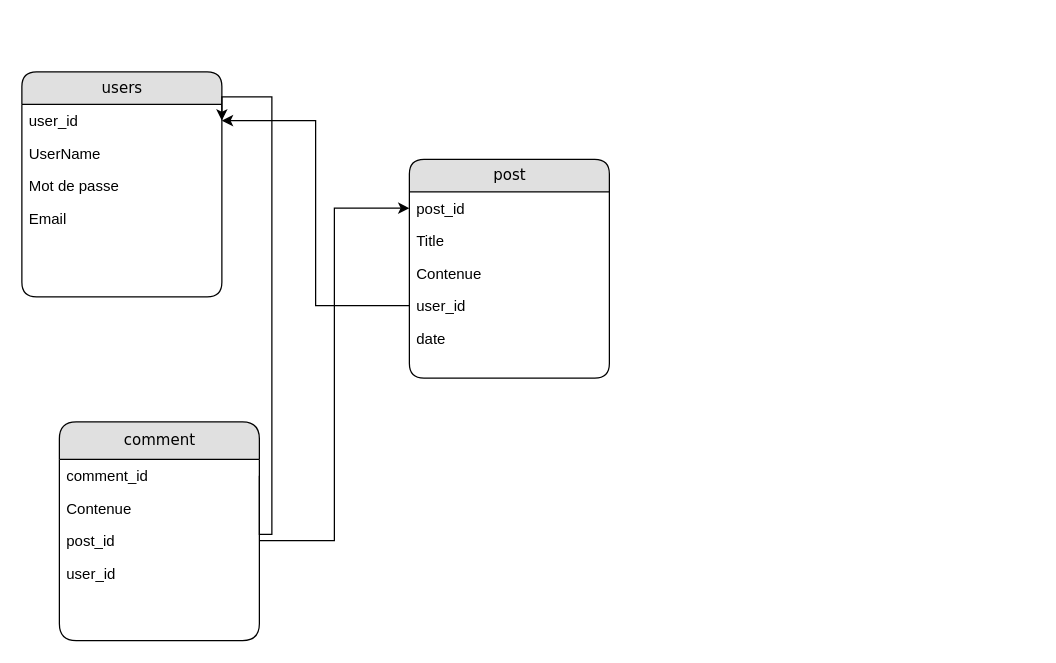
Above: Diagramme sans nom.drawio in AdryanCourtial/Courtial-R-seau (draw.io), before the change. Source tidied: cells renumbered, new cells numbered last; positions are measured from the earlier drawing's top-left corner, leaving out a move shared by most shapes. Both pictures are drawn from the tidied source at 125%, with x=0, y=0 at pixel (21, 71).
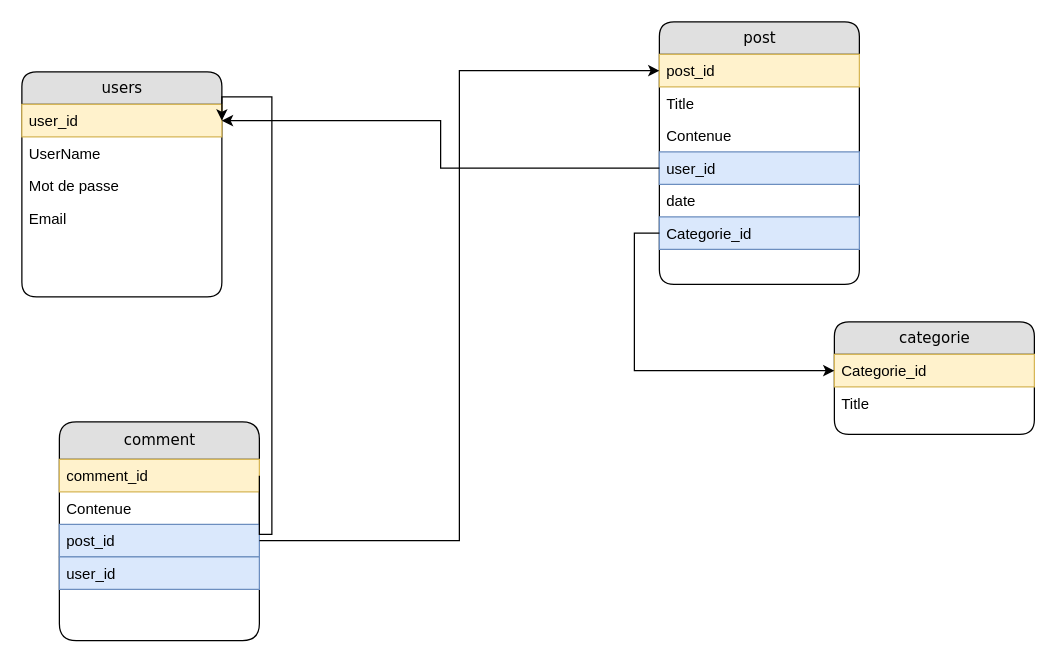
After the change.

The change refers to these unchanged cells:
```xml
<mxCell id="8" value="users" style="swimlane;html=1;fontStyle=0;horizontal=1;startSize=26;fillColor=#e0e0e0;swimlaneFillColor=#ffffff;align=center;rounded=1;shadow=0;comic=0;labelBackgroundColor=none;strokeWidth=1;fontFamily=Verdana;fontSize=12;" parent="1" vertex="1">
  <mxGeometry width="160" height="180" as="geometry" />
</mxCell>
<mxCell id="14" value="comment" style="swimlane;html=1;fontStyle=0;horizontal=1;startSize=30;fillColor=#e0e0e0;swimlaneFillColor=#ffffff;align=center;rounded=1;shadow=0;comic=0;labelBackgroundColor=none;strokeWidth=1;fontFamily=Verdana;fontSize=12;" parent="1" vertex="1">
  <mxGeometry x="30" y="280" width="160" height="175" as="geometry" />
</mxCell>
```

What changed in the source:
```diff
@@
     <mxCell id="2" value="post" style="swimlane;html=1;fontStyle=0;horizontal=1;startSize=26;fillColor=#e0e0e0;swimlaneFillColor=#ffffff;align=center;rounded=1;shadow=0;comic=0;labelBackgroundColor=none;strokeWidth=1;fontFamily=Verdana;fontSize=12;" parent="1" vertex="1">
-      <mxGeometry x="310" y="70" width="160" height="175" as="geometry" />
+      <mxGeometry x="510" y="-40" width="160" height="210" as="geometry" />
     </mxCell>
-    <mxCell id="3" value="post_id" style="text;html=1;strokeColor=none;fillColor=none;spacingLeft=4;spacingRight=4;whiteSpace=wrap;overflow=hidden;points=[[0,0.5],[1,0.5]];portConstraint=eastwest;" parent="2" vertex="1">
+    <mxCell id="3" value="post_id" style="text;html=1;strokeColor=#d6b656;fillColor=#fff2cc;spacingLeft=4;spacingRight=4;whiteSpace=wrap;overflow=hidden;points=[[0,0.5],[1,0.5]];portConstraint=eastwest;" parent="2" vertex="1">
       <mxGeometry y="26" width="160" height="26" as="geometry" />
     </mxCell>
@@
-    <mxCell id="6" value="user_id" style="text;html=1;strokeColor=none;fillColor=none;spacingLeft=4;spacingRight=4;whiteSpace=wrap;overflow=hidden;points=[[0,0.5],[1,0.5]];portConstraint=eastwest;" parent="2" vertex="1">
+    <mxCell id="6" value="user_id" style="text;html=1;strokeColor=#6c8ebf;fillColor=#dae8fc;spacingLeft=4;spacingRight=4;whiteSpace=wrap;overflow=hidden;points=[[0,0.5],[1,0.5]];portConstraint=eastwest;" parent="2" vertex="1">
       <mxGeometry y="104" width="160" height="26" as="geometry" />
     </mxCell>
@@
+    <mxCell id="21" value="Categorie_id" style="text;html=1;strokeColor=#6c8ebf;fillColor=#dae8fc;spacingLeft=4;spacingRight=4;whiteSpace=wrap;overflow=hidden;points=[[0,0.5],[1,0.5]];portConstraint=eastwest;" parent="2" vertex="1">
+      <mxGeometry y="156" width="160" height="26" as="geometry" />
+    </mxCell>
@@
-    <mxCell id="9" value="user_id" style="text;html=1;strokeColor=none;fillColor=none;spacingLeft=4;spacingRight=4;whiteSpace=wrap;overflow=hidden;points=[[0,0.5],[1,0.5]];portConstraint=eastwest;" parent="8" vertex="1">
+    <mxCell id="9" value="user_id" style="text;html=1;strokeColor=#d6b656;fillColor=#fff2cc;spacingLeft=4;spacingRight=4;whiteSpace=wrap;overflow=hidden;points=[[0,0.5],[1,0.5]];portConstraint=eastwest;" parent="8" vertex="1">
       <mxGeometry y="26" width="160" height="26" as="geometry" />
     </mxCell>
@@
-    <mxCell id="15" value="comment_id" style="text;html=1;strokeColor=none;fillColor=none;spacingLeft=4;spacingRight=4;whiteSpace=wrap;overflow=hidden;points=[[0,0.5],[1,0.5]];portConstraint=eastwest;" parent="14" vertex="1">
+    <mxCell id="15" value="comment_id" style="text;html=1;strokeColor=#d6b656;fillColor=#fff2cc;spacingLeft=4;spacingRight=4;whiteSpace=wrap;overflow=hidden;points=[[0,0.5],[1,0.5]];portConstraint=eastwest;" parent="14" vertex="1">
       <mxGeometry y="30" width="160" height="26" as="geometry" />
     </mxCell>
@@
-    <mxCell id="17" value="post_id" style="text;html=1;strokeColor=none;fillColor=none;spacingLeft=4;spacingRight=4;whiteSpace=wrap;overflow=hidden;points=[[0,0.5],[1,0.5]];portConstraint=eastwest;" parent="14" vertex="1">
+    <mxCell id="17" value="post_id" style="text;html=1;strokeColor=#6c8ebf;fillColor=#dae8fc;spacingLeft=4;spacingRight=4;whiteSpace=wrap;overflow=hidden;points=[[0,0.5],[1,0.5]];portConstraint=eastwest;" parent="14" vertex="1">
       <mxGeometry y="82" width="160" height="26" as="geometry" />
     </mxCell>
-    <mxCell id="18" value="user_id" style="text;html=1;strokeColor=none;fillColor=none;spacingLeft=4;spacingRight=4;whiteSpace=wrap;overflow=hidden;" parent="14" vertex="1">
+    <mxCell id="18" value="user_id" style="text;html=1;strokeColor=#6c8ebf;fillColor=#dae8fc;spacingLeft=4;spacingRight=4;whiteSpace=wrap;overflow=hidden;" parent="14" vertex="1">
       <mxGeometry y="108" width="160" height="26" as="geometry" />
     </mxCell>
@@
+    <mxCell id="22" value="categorie" style="swimlane;html=1;fontStyle=0;horizontal=1;startSize=26;fillColor=#e0e0e0;swimlaneFillColor=#ffffff;align=center;rounded=1;shadow=0;comic=0;labelBackgroundColor=none;strokeWidth=1;fontFamily=Verdana;fontSize=12;" parent="1" vertex="1">
+      <mxGeometry x="650" y="200" width="160" height="90" as="geometry" />
+    </mxCell>
+    <mxCell id="23" value="Categorie_id" style="text;html=1;strokeColor=#d6b656;fillColor=#fff2cc;spacingLeft=4;spacingRight=4;whiteSpace=wrap;overflow=hidden;points=[[0,0.5],[1,0.5]];portConstraint=eastwest;" parent="22" vertex="1">
+      <mxGeometry y="26" width="160" height="26" as="geometry" />
+    </mxCell>
+    <mxCell id="24" value="Title" style="text;html=1;strokeColor=none;fillColor=none;spacingLeft=4;spacingRight=4;whiteSpace=wrap;overflow=hidden;" parent="22" vertex="1">
+      <mxGeometry y="52" width="160" height="26" as="geometry" />
+    </mxCell>
+    <mxCell id="25" style="edgeStyle=orthogonalEdgeStyle;rounded=0;jettySize=auto;html=1;exitX=0;exitY=0.5;exitDx=0;exitDy=0;entryX=0;entryY=0.5;entryDx=0;entryDy=0;" parent="1" edge="1" source="21" target="23">
+      <mxGeometry relative="1" as="geometry" />
+    </mxCell>
```
